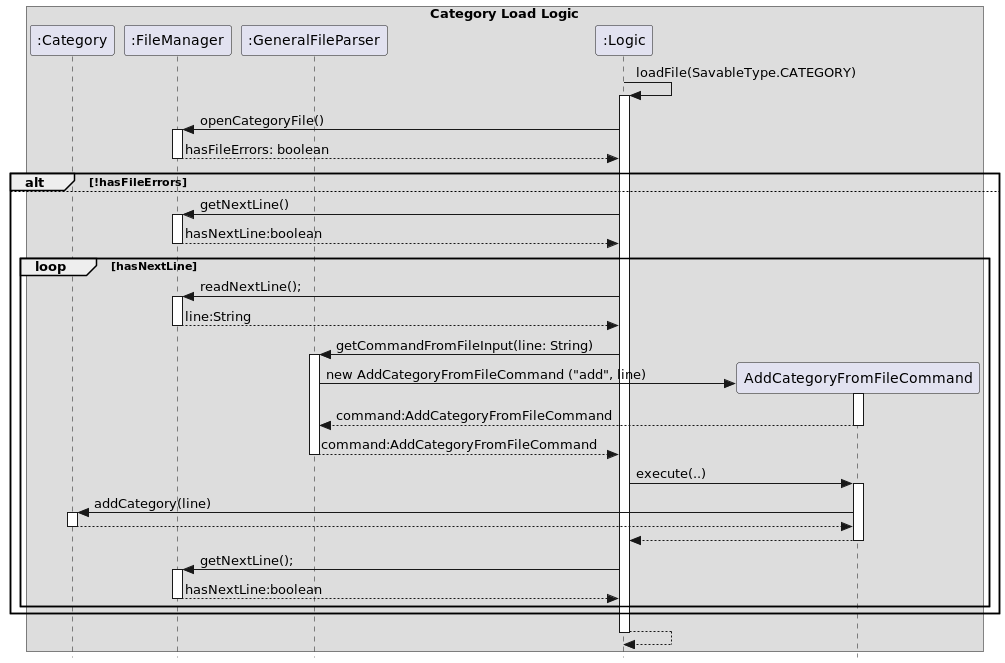
This is docs/images/category_load_sequence.png from JianJiaT/tp, a PlantUML export, as it was before one commit. Its source is kept beside it as docs/team/UML_Files/category_load_sequence.puml.
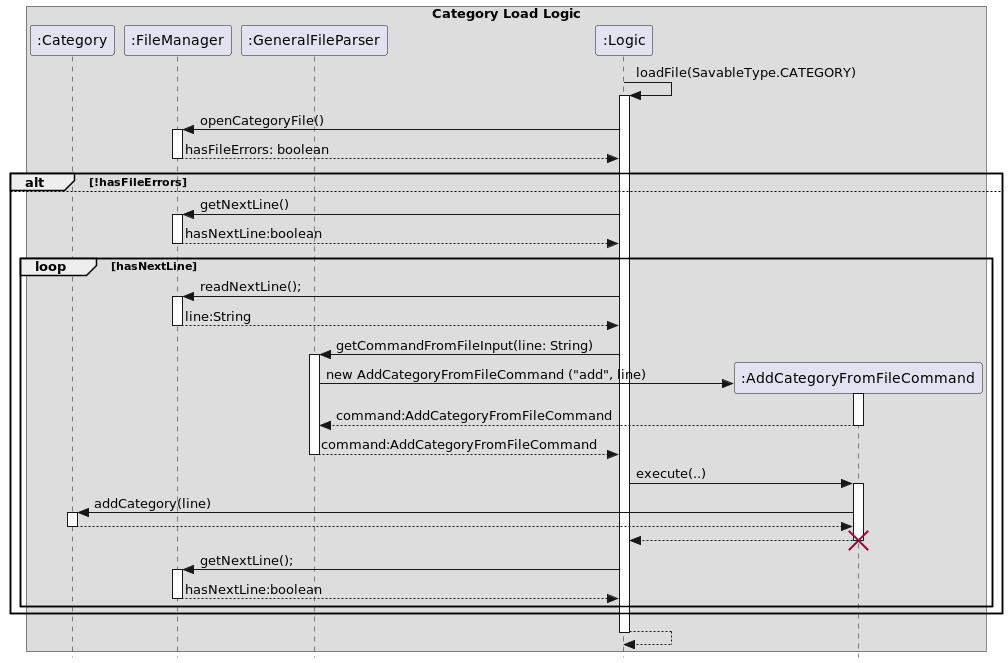
The same file after the commit.

Commit message:
Modify category load uml

Diff of the diagram source:
```diff
@@ -6,6 +6,7 @@
 participant ":FileManager" as fileManager
 participant ":GeneralFileParser" as generalFileParser
 participant ":Logic" as logic
+participant ":AddCategoryFromFileCommand" as AddCategoryFromFileCommand
 
 
 logic -> logic: loadFile(SavableType.CATEGORY)
@@ -42,6 +43,7 @@
             deactivate
             AddCategoryFromFileCommand -[dashed]-> logic
             deactivate AddCategoryFromFileCommand
+            destroy AddCategoryFromFileCommand
             logic -> fileManager : getNextLine();
             activate fileManager
             fileManager -[dashed]-> logic : hasNextLine:boolean
```
